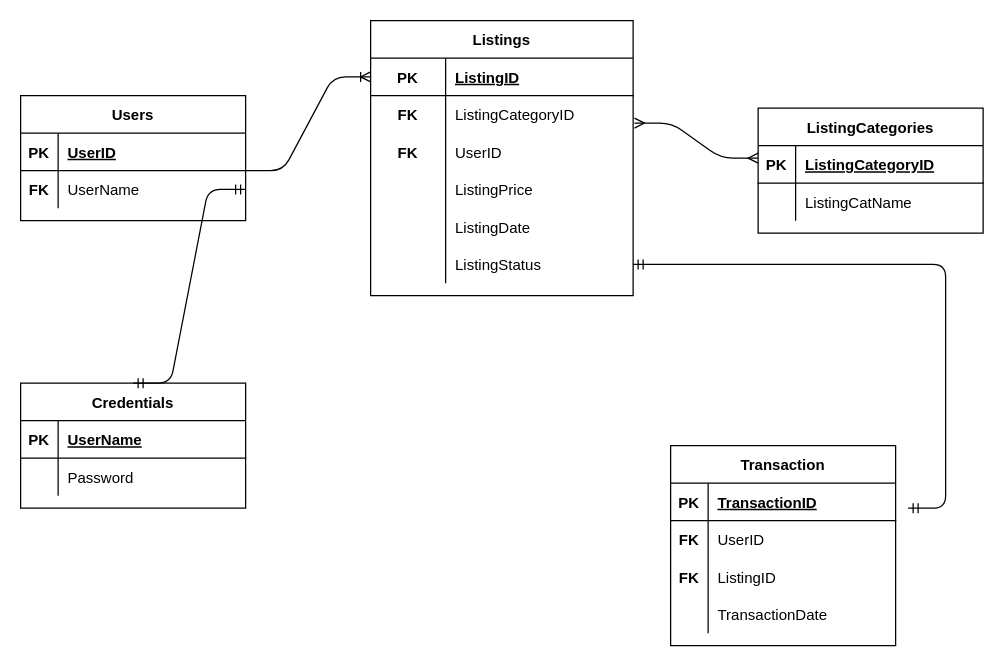
The draw.io diagram Untitled Diagram.drawio in sflaherty50/Spring-Boot-Final, before the edit. Source tidied: cells renumbered, new cells numbered last; positions are measured from the earlier drawing's top-left corner, leaving out a move shared by most shapes. Both pictures are drawn from the tidied source at 125%, with x=0, y=0 at pixel (20, 20).
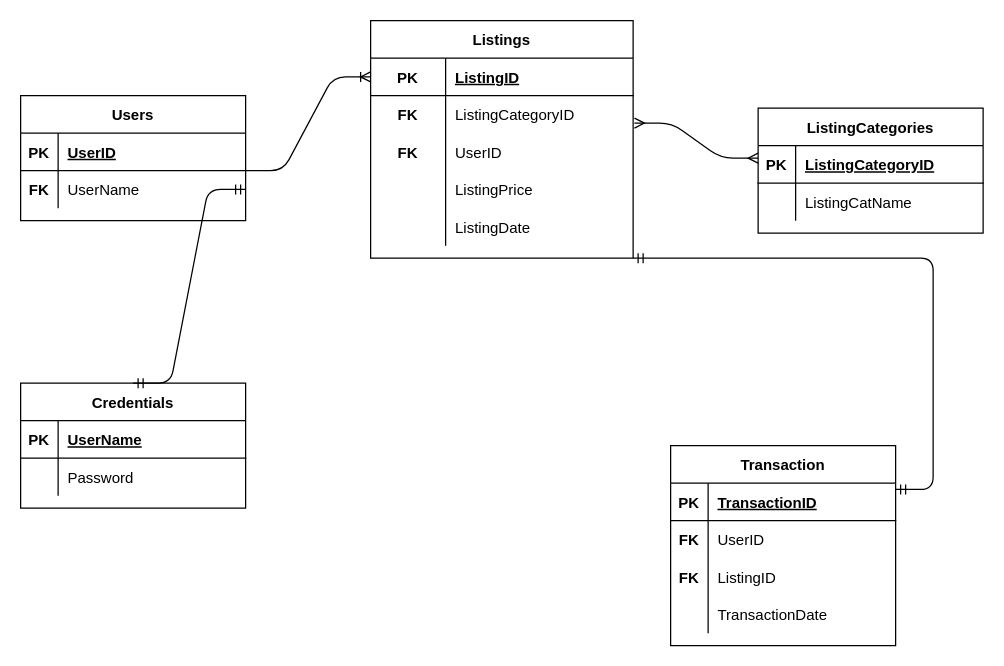
The same diagram, later.

Diff of the diagram source:
```diff
@@
     <mxCell id="2" value="Listings" style="shape=table;startSize=30;childLayout=tableLayout;rowLines=0;fontStyle=1;align=center;" parent="1" vertex="1">
-      <mxGeometry x="280" width="210" height="220" as="geometry" />
+      <mxGeometry x="280" width="210" height="190" as="geometry" />
     </mxCell>
@@
-    <mxCell id="18" style="shape=partialRectangle;fillColor=none;top=0;left=0;bottom=0;right=0;points=[[0,0.5],[1,0.5]];portConstraint=eastwest;" parent="2" vertex="1">
-      <mxGeometry y="180" width="210" height="30" as="geometry" />
-    </mxCell>
-    <mxCell id="19" style="shape=partialRectangle;fillColor=none;top=0;left=0;bottom=0;right=0;overflow=hidden;" parent="18" vertex="1">
-      <mxGeometry width="60" height="30" as="geometry" />
-    </mxCell>
-    <mxCell id="20" value="ListingStatus" style="shape=partialRectangle;fillColor=none;top=0;left=0;bottom=0;right=0;align=left;spacingLeft=6;overflow=hidden;" parent="18" vertex="1">
-      <mxGeometry x="60" width="150" height="30" as="geometry" />
-    </mxCell>
@@
-    <mxCell id="56" style="edgeStyle=entityRelationEdgeStyle;fontSize=12;html=1;endArrow=ERmandOne;startArrow=ERmandOne;" parent="1" edge="1" target="18">
+    <mxCell id="56" style="edgeStyle=entityRelationEdgeStyle;fontSize=12;html=1;endArrow=ERmandOne;startArrow=ERmandOne;entryX=1;entryY=1;entryDx=0;entryDy=0;" parent="1" edge="1" target="2">
       <mxGeometry relative="1" as="geometry">
-        <mxPoint x="710" y="390" as="sourcePoint" />
+        <mxPoint x="700" y="375" as="sourcePoint" />
       </mxGeometry>
     </mxCell>
```
